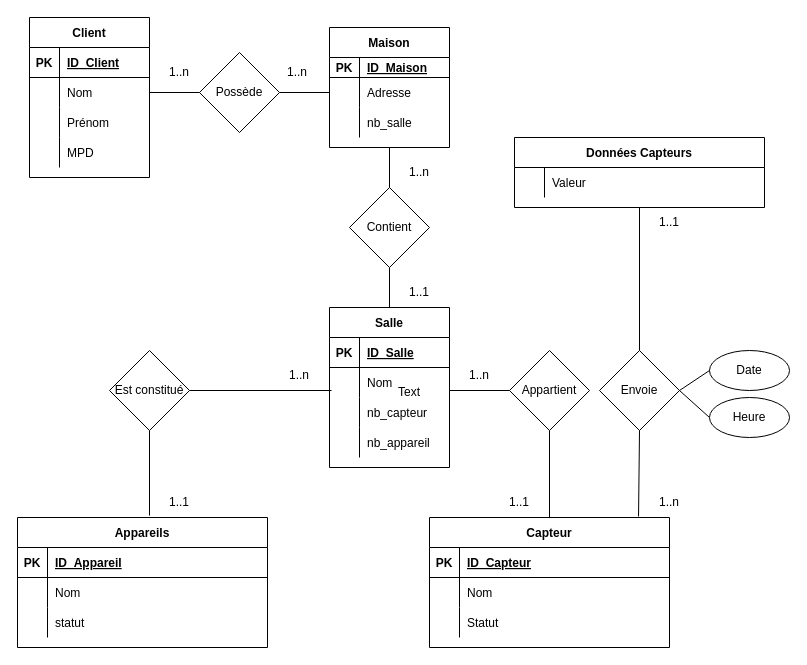
This is Diagramme sans nom.drawio from Elias-djebbour/SmartPhome, a draw.io file, before an edit. Source tidied: cells renumbered, new cells numbered last; positions are measured from the earlier drawing's top-left corner, leaving out a move shared by most shapes. Both pictures are drawn from the tidied source at 100%, with x=0, y=0 at pixel (17, 17).
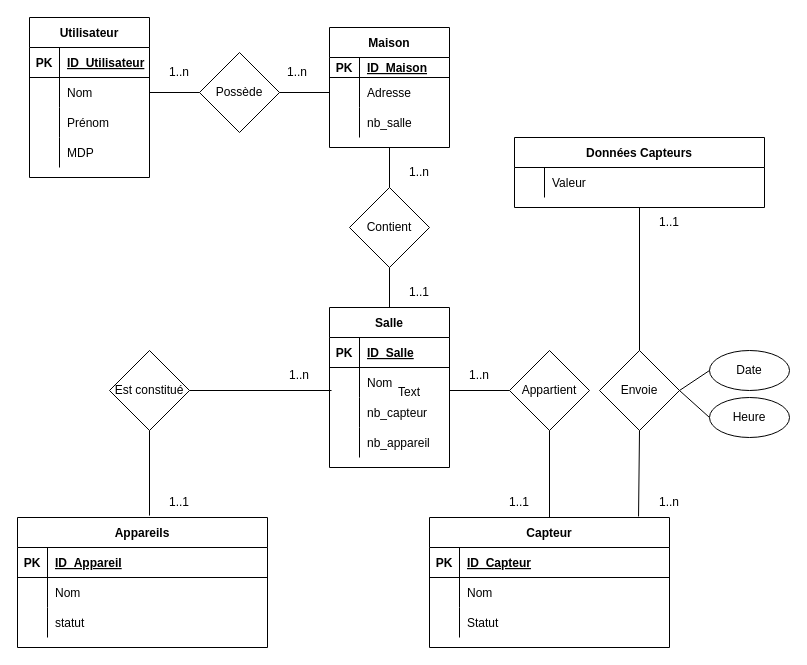
After the change.

Commit message:
Mettre à jour Diagramme sans nom.drawio

Unchanged cells that the change refers to:
```xml
<mxCell id="23" style="shape=partialRectangle;fillColor=none;top=0;left=0;right=0;bottom=1;" parent="22" vertex="1">
  <mxGeometry y="30" width="120" height="30" as="geometry" />
</mxCell>
<mxCell id="32" style="shape=partialRectangle;fillColor=none;top=0;left=0;right=0;bottom=0;" parent="22" vertex="1">
  <mxGeometry y="120" width="120" height="30" as="geometry" />
</mxCell>
```

Change to the diagram source:
```diff
@@
-    <mxCell id="22" value="Client" style="shape=table;startSize=30;childLayout=tableLayout;rowLines=0;fontStyle=1;align=center;" parent="1" vertex="1">
+    <mxCell id="22" value="Utilisateur" style="shape=table;startSize=30;childLayout=tableLayout;rowLines=0;fontStyle=1;align=center;" parent="1" vertex="1">
       <mxGeometry x="12" width="120" height="160" as="geometry" />
     </mxCell>
@@
-    <mxCell id="25" value="ID_Client" style="shape=partialRectangle;overflow=hidden;fillColor=none;top=0;left=0;bottom=0;right=0;align=left;spacingLeft=6;fontStyle=5;" parent="23" vertex="1">
+    <mxCell id="25" value="ID_Utilisateur" style="shape=partialRectangle;overflow=hidden;fillColor=none;top=0;left=0;bottom=0;right=0;align=left;spacingLeft=6;fontStyle=5;" parent="23" vertex="1">
       <mxGeometry x="30" width="90" height="30" as="geometry" />
     </mxCell>
@@
-    <mxCell id="34" value="MPD" style="shape=partialRectangle;overflow=hidden;fillColor=none;top=0;left=0;bottom=0;right=0;align=left;spacingLeft=6;" parent="32" vertex="1">
+    <mxCell id="34" value="MDP" style="shape=partialRectangle;overflow=hidden;fillColor=none;top=0;left=0;bottom=0;right=0;align=left;spacingLeft=6;" parent="32" vertex="1">
       <mxGeometry x="30" width="90" height="30" as="geometry" />
     </mxCell>
```
